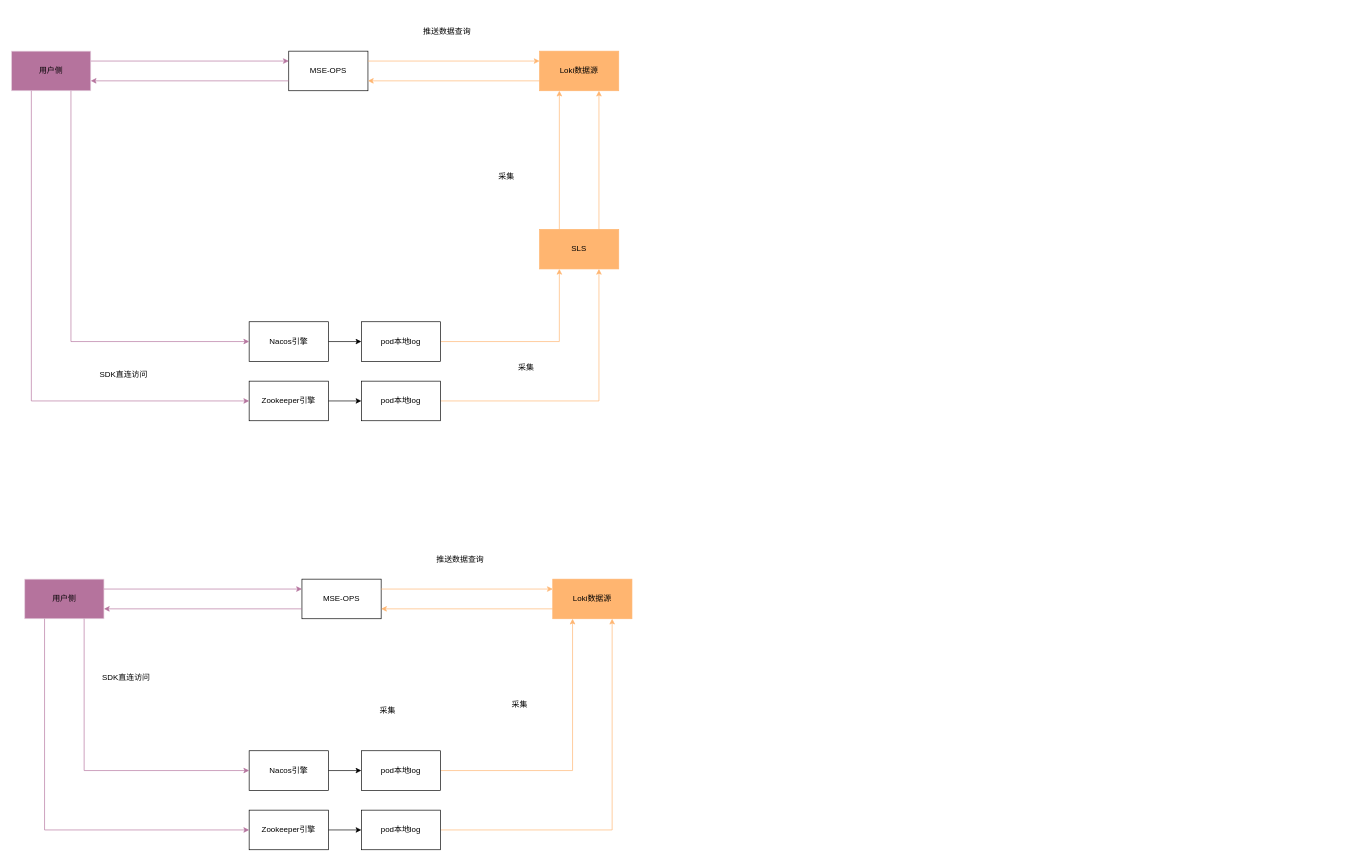
realJackSun/OpenNAT keeps this draw.io diagram as newToolTest/Untitled Diagram.drawio. Above is the earlier version. Source tidied: cells renumbered, new cells numbered last; positions are measured from the earlier drawing's top-left corner, leaving out a move shared by most shapes. Both pictures are drawn from the tidied source at 66%, with x=0, y=0 at pixel (11, 11).
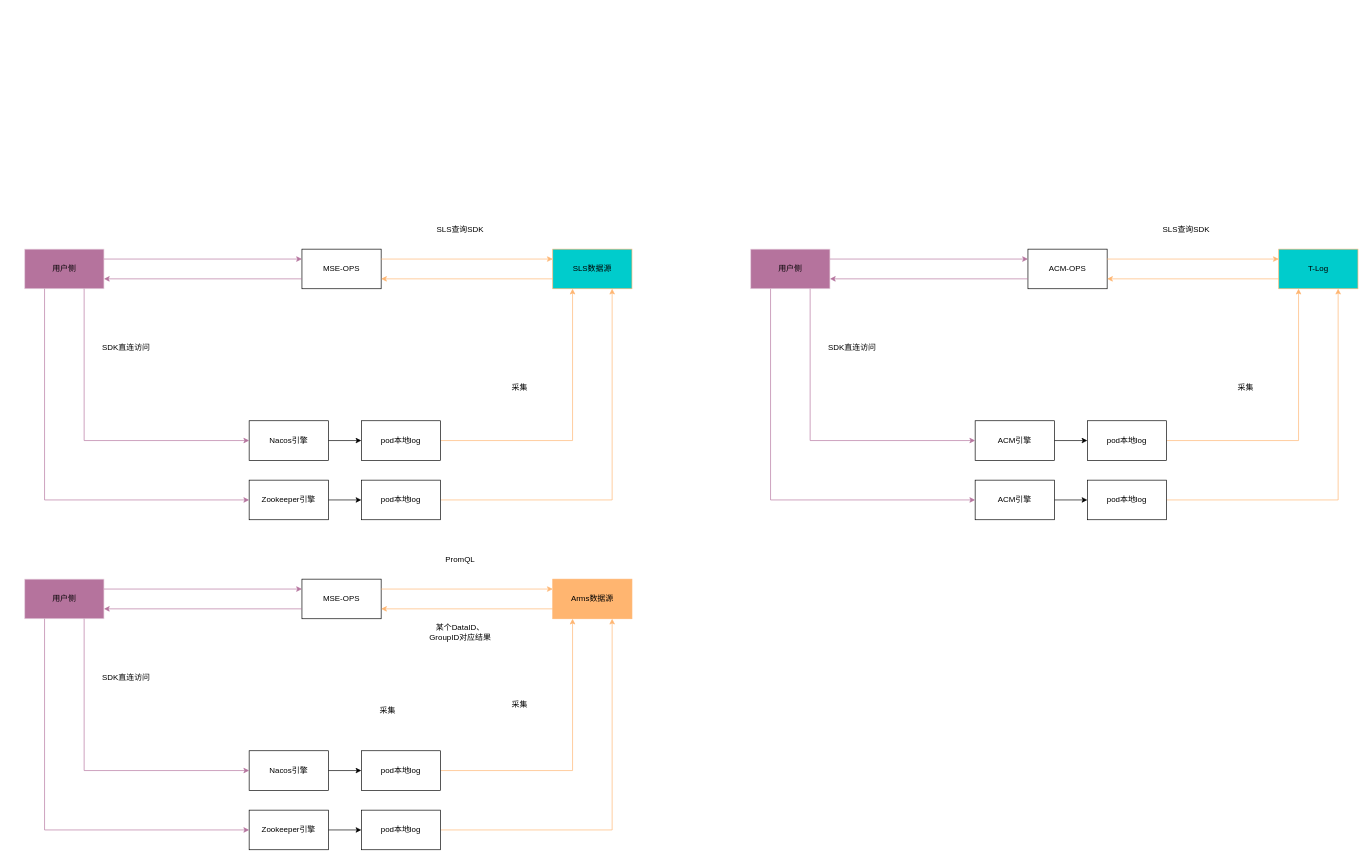
The same diagram, later.

What changed in the source:
```diff
@@
-    <mxCell id="2" value="用户侧" style="rounded=0;whiteSpace=wrap;html=1;fillColor=#B5739D;strokeColor=#E6D0DE;" parent="1" vertex="1">
-      <mxGeometry y="60" width="120" height="60" as="geometry" />
-    </mxCell>
-    <mxCell id="3" value="MSE-OPS" style="rounded=0;whiteSpace=wrap;html=1;" parent="1" vertex="1">
-      <mxGeometry x="420" y="60" width="120" height="60" as="geometry" />
-    </mxCell>
-    <mxCell id="4" value="Loki数据源" style="rounded=0;whiteSpace=wrap;html=1;strokeColor=#FFB570;fillColor=#FFB570;" parent="1" vertex="1">
-      <mxGeometry x="800" y="60" width="120" height="60" as="geometry" />
-    </mxCell>
-    <mxCell id="5" style="edgeStyle=orthogonalEdgeStyle;rounded=0;jettySize=auto;html=1;exitX=1;exitY=0.5;exitDx=0;exitDy=0;entryX=0;entryY=0.5;entryDx=0;entryDy=0;" parent="1" edge="1" source="6" target="19">
-      <mxGeometry relative="1" as="geometry" />
-    </mxCell>
-    <mxCell id="6" value="Nacos引擎" style="rounded=0;whiteSpace=wrap;html=1;" parent="1" vertex="1">
-      <mxGeometry x="360" y="470" width="120" height="60" as="geometry" />
-    </mxCell>
-    <mxCell id="7" style="endArrow=classic;html=1;rounded=0;entryX=1;entryY=0.75;entryDx=0;entryDy=0;exitX=0;exitY=0.75;exitDx=0;exitDy=0;fillColor=#FFB570;strokeColor=#FFB570;" parent="1" edge="1" source="4" target="3">
-      <mxGeometry relative="1" as="geometry" />
-    </mxCell>
-    <mxCell id="8" style="endArrow=classic;html=1;rounded=0;entryX=0;entryY=0.25;entryDx=0;entryDy=0;exitX=1;exitY=0.25;exitDx=0;exitDy=0;fillColor=#FFB570;strokeColor=#FFB570;" parent="1" edge="1" source="3" target="4">
-      <mxGeometry relative="1" as="geometry" />
-    </mxCell>
-    <mxCell id="9" value="SDK直连访问" style="rounded=0;whiteSpace=wrap;html=1;strokeColor=none;" parent="1" vertex="1">
-      <mxGeometry x="110" y="520" width="120" height="60" as="geometry" />
-    </mxCell>
-    <mxCell id="10" style="endArrow=classic;html=1;rounded=0;entryX=1;entryY=0.75;entryDx=0;entryDy=0;exitX=0;exitY=0.75;exitDx=0;exitDy=0;fillColor=#B5739D;strokeColor=#B5739D;" parent="1" edge="1" source="3" target="2">
-      <mxGeometry relative="1" as="geometry" />
-    </mxCell>
-    <mxCell id="11" style="endArrow=classic;html=1;rounded=0;entryX=0;entryY=0.25;entryDx=0;entryDy=0;exitX=1;exitY=0.25;exitDx=0;exitDy=0;fillColor=#B5739D;strokeColor=#B5739D;" parent="1" edge="1" source="2" target="3">
-      <mxGeometry relative="1" as="geometry" />
-    </mxCell>
-    <mxCell id="12" value="SLS" style="rounded=0;whiteSpace=wrap;html=1;strokeColor=#FFB570;fillColor=#FFB570;" parent="1" vertex="1">
-      <mxGeometry x="800" y="330" width="120" height="60" as="geometry" />
-    </mxCell>
-    <mxCell id="13" style="edgeStyle=orthogonalEdgeStyle;rounded=0;jettySize=auto;html=1;exitX=1;exitY=0.5;exitDx=0;exitDy=0;entryX=0;entryY=0.5;entryDx=0;entryDy=0;" parent="1" edge="1" source="14" target="20">
-      <mxGeometry relative="1" as="geometry" />
-    </mxCell>
-    <mxCell id="14" value="Zookeeper引擎" style="rounded=0;whiteSpace=wrap;html=1;" parent="1" vertex="1">
-      <mxGeometry x="360" y="560" width="120" height="60" as="geometry" />
-    </mxCell>
-    <mxCell id="15" style="endArrow=classic;html=1;rounded=0;entryX=0;entryY=0.5;entryDx=0;entryDy=0;exitX=0.75;exitY=1;exitDx=0;exitDy=0;fillColor=#B5739D;strokeColor=#B5739D;" parent="1" edge="1" source="2" target="6">
-      <mxGeometry relative="1" as="geometry">
-        <Array as="points">
-          <mxPoint x="90" y="500" />
-        </Array>
-      </mxGeometry>
-    </mxCell>
-    <mxCell id="16" style="endArrow=classic;html=1;rounded=0;fillColor=#FFB570;strokeColor=#FFB570;exitX=1;exitY=0.5;exitDx=0;exitDy=0;entryX=0.25;entryY=1;entryDx=0;entryDy=0;" parent="1" edge="1" source="19" target="12">
-      <mxGeometry relative="1" as="geometry">
-        <Array as="points">
-          <mxPoint x="830" y="500" />
-        </Array>
-      </mxGeometry>
-    </mxCell>
-    <mxCell id="17" style="endArrow=classic;html=1;rounded=0;fillColor=#FFB570;strokeColor=#FFB570;exitX=1;exitY=0.5;exitDx=0;exitDy=0;entryX=0.75;entryY=1;entryDx=0;entryDy=0;" parent="1" edge="1" source="20" target="12">
-      <mxGeometry relative="1" as="geometry">
-        <Array as="points">
-          <mxPoint x="890" y="590" />
-        </Array>
-      </mxGeometry>
-    </mxCell>
-    <mxCell id="18" style="endArrow=classic;html=1;rounded=0;entryX=0;entryY=0.5;entryDx=0;entryDy=0;exitX=0.25;exitY=1;exitDx=0;exitDy=0;fillColor=#B5739D;strokeColor=#B5739D;" parent="1" edge="1" source="2" target="14">
-      <mxGeometry relative="1" as="geometry">
-        <Array as="points">
-          <mxPoint x="30" y="590" />
-        </Array>
-      </mxGeometry>
-    </mxCell>
-    <mxCell id="19" value="pod本地log" style="rounded=0;whiteSpace=wrap;html=1;" parent="1" vertex="1">
-      <mxGeometry x="530" y="470" width="120" height="60" as="geometry" />
-    </mxCell>
-    <mxCell id="20" value="pod本地log" style="rounded=0;whiteSpace=wrap;html=1;" parent="1" vertex="1">
-      <mxGeometry x="530" y="560" width="120" height="60" as="geometry" />
-    </mxCell>
-    <mxCell id="21" value="采集" style="rounded=0;whiteSpace=wrap;html=1;strokeColor=none;" parent="1" vertex="1">
-      <mxGeometry x="720" y="510" width="120" height="60" as="geometry" />
-    </mxCell>
-    <mxCell id="22" value="推送数据查询" style="rounded=0;whiteSpace=wrap;html=1;strokeColor=none;" parent="1" vertex="1">
-      <mxGeometry x="600" width="120" height="60" as="geometry" />
-    </mxCell>
-    <mxCell id="23" style="endArrow=classic;html=1;rounded=0;fillColor=#FFB570;strokeColor=#FFB570;exitX=0.25;exitY=0;exitDx=0;exitDy=0;entryX=0.25;entryY=1;entryDx=0;entryDy=0;" parent="1" edge="1" source="12" target="4">
-      <mxGeometry relative="1" as="geometry">
-        <Array as="points">
-          <mxPoint x="830" y="260" />
-        </Array>
-      </mxGeometry>
-    </mxCell>
-    <mxCell id="24" style="endArrow=classic;html=1;rounded=0;fillColor=#FFB570;strokeColor=#FFB570;exitX=0.75;exitY=0;exitDx=0;exitDy=0;entryX=0.75;entryY=1;entryDx=0;entryDy=0;" parent="1" edge="1" source="12" target="4">
-      <mxGeometry relative="1" as="geometry" />
-    </mxCell>
-    <mxCell id="25" value="采集" style="rounded=0;whiteSpace=wrap;html=1;strokeColor=none;" parent="1" vertex="1">
-      <mxGeometry x="690" y="220" width="120" height="60" as="geometry" />
-    </mxCell>
@@
-    <mxCell id="28" value="Loki数据源" style="rounded=0;whiteSpace=wrap;html=1;strokeColor=#FFB570;fillColor=#FFB570;" parent="1" vertex="1">
+    <mxCell id="28" value="Arms数据源" style="rounded=0;whiteSpace=wrap;html=1;strokeColor=#FFB570;fillColor=#FFB570;" parent="1" vertex="1">
       <mxGeometry x="820" y="860" width="120" height="60" as="geometry" />
     </mxCell>
@@
-    <mxCell id="45" value="推送数据查询" style="rounded=0;whiteSpace=wrap;html=1;strokeColor=none;" parent="1" vertex="1">
+    <mxCell id="45" value="PromQL" style="rounded=0;whiteSpace=wrap;html=1;strokeColor=none;" parent="1" vertex="1">
       <mxGeometry x="620" y="800" width="120" height="60" as="geometry" />
     </mxCell>
@@
+    <mxCell id="47" value="用户侧" style="rounded=0;whiteSpace=wrap;html=1;fillColor=#B5739D;strokeColor=#E6D0DE;" parent="1" vertex="1">
+      <mxGeometry x="20" y="360" width="120" height="60" as="geometry" />
+    </mxCell>
+    <mxCell id="3" value="MSE-OPS" style="rounded=0;whiteSpace=wrap;html=1;" parent="1" vertex="1">
+      <mxGeometry x="440" y="360" width="120" height="60" as="geometry" />
+    </mxCell>
+    <mxCell id="48" value="SLS数据源" style="rounded=0;whiteSpace=wrap;html=1;strokeColor=#FFB570;fillColor=#00CCCC;" parent="1" vertex="1">
+      <mxGeometry x="820" y="360" width="120" height="60" as="geometry" />
+    </mxCell>
+    <mxCell id="49" style="edgeStyle=orthogonalEdgeStyle;rounded=0;jettySize=auto;html=1;exitX=1;exitY=0.5;exitDx=0;exitDy=0;entryX=0;entryY=0.5;entryDx=0;entryDy=0;" parent="1" edge="1" source="6" target="60">
+      <mxGeometry relative="1" as="geometry" />
+    </mxCell>
+    <mxCell id="6" value="Nacos引擎" style="rounded=0;whiteSpace=wrap;html=1;" parent="1" vertex="1">
+      <mxGeometry x="360" y="620" width="120" height="60" as="geometry" />
+    </mxCell>
+    <mxCell id="50" style="endArrow=classic;html=1;rounded=0;entryX=1;entryY=0.75;entryDx=0;entryDy=0;exitX=0;exitY=0.75;exitDx=0;exitDy=0;fillColor=#FFB570;strokeColor=#FFB570;" parent="1" edge="1" source="48" target="3">
+      <mxGeometry relative="1" as="geometry" />
+    </mxCell>
+    <mxCell id="51" style="endArrow=classic;html=1;rounded=0;entryX=0;entryY=0.25;entryDx=0;entryDy=0;exitX=1;exitY=0.25;exitDx=0;exitDy=0;fillColor=#FFB570;strokeColor=#FFB570;" parent="1" edge="1" source="3" target="48">
+      <mxGeometry relative="1" as="geometry" />
+    </mxCell>
+    <mxCell id="52" value="SDK直连访问" style="rounded=0;whiteSpace=wrap;html=1;strokeColor=none;" parent="1" vertex="1">
+      <mxGeometry x="114" y="480" width="120" height="60" as="geometry" />
+    </mxCell>
+    <mxCell id="53" style="endArrow=classic;html=1;rounded=0;entryX=1;entryY=0.75;entryDx=0;entryDy=0;exitX=0;exitY=0.75;exitDx=0;exitDy=0;fillColor=#B5739D;strokeColor=#B5739D;" parent="1" edge="1" source="3" target="47">
+      <mxGeometry relative="1" as="geometry" />
+    </mxCell>
+    <mxCell id="54" style="endArrow=classic;html=1;rounded=0;entryX=0;entryY=0.25;entryDx=0;entryDy=0;exitX=1;exitY=0.25;exitDx=0;exitDy=0;fillColor=#B5739D;strokeColor=#B5739D;" parent="1" edge="1" source="47" target="3">
+      <mxGeometry relative="1" as="geometry" />
+    </mxCell>
+    <mxCell id="55" style="edgeStyle=orthogonalEdgeStyle;rounded=0;jettySize=auto;html=1;exitX=1;exitY=0.5;exitDx=0;exitDy=0;entryX=0;entryY=0.5;entryDx=0;entryDy=0;" parent="1" edge="1" source="14" target="61">
+      <mxGeometry relative="1" as="geometry" />
+    </mxCell>
+    <mxCell id="14" value="Zookeeper引擎" style="rounded=0;whiteSpace=wrap;html=1;" parent="1" vertex="1">
+      <mxGeometry x="360" y="710" width="120" height="60" as="geometry" />
+    </mxCell>
+    <mxCell id="56" style="endArrow=classic;html=1;rounded=0;entryX=0;entryY=0.5;entryDx=0;entryDy=0;exitX=0.75;exitY=1;exitDx=0;exitDy=0;fillColor=#B5739D;strokeColor=#B5739D;" parent="1" edge="1" source="47" target="6">
+      <mxGeometry relative="1" as="geometry">
+        <Array as="points">
+          <mxPoint x="110" y="650" />
+        </Array>
+      </mxGeometry>
+    </mxCell>
+    <mxCell id="57" style="endArrow=classic;html=1;rounded=0;fillColor=#FFB570;strokeColor=#FFB570;exitX=1;exitY=0.5;exitDx=0;exitDy=0;entryX=0.25;entryY=1;entryDx=0;entryDy=0;" parent="1" edge="1" source="60" target="48">
+      <mxGeometry relative="1" as="geometry">
+        <Array as="points">
+          <mxPoint x="850" y="650" />
+        </Array>
+      </mxGeometry>
+    </mxCell>
+    <mxCell id="58" style="endArrow=classic;html=1;rounded=0;fillColor=#FFB570;strokeColor=#FFB570;exitX=1;exitY=0.5;exitDx=0;exitDy=0;entryX=0.75;entryY=1;entryDx=0;entryDy=0;" parent="1" edge="1" source="61" target="48">
+      <mxGeometry relative="1" as="geometry">
+        <Array as="points">
+          <mxPoint x="910" y="740" />
+        </Array>
+      </mxGeometry>
+    </mxCell>
+    <mxCell id="59" style="endArrow=classic;html=1;rounded=0;entryX=0;entryY=0.5;entryDx=0;entryDy=0;exitX=0.25;exitY=1;exitDx=0;exitDy=0;fillColor=#B5739D;strokeColor=#B5739D;" parent="1" edge="1" source="47" target="14">
+      <mxGeometry relative="1" as="geometry">
+        <Array as="points">
+          <mxPoint x="50" y="740" />
+        </Array>
+      </mxGeometry>
+    </mxCell>
+    <mxCell id="60" value="pod本地log" style="rounded=0;whiteSpace=wrap;html=1;" parent="1" vertex="1">
+      <mxGeometry x="530" y="620" width="120" height="60" as="geometry" />
+    </mxCell>
+    <mxCell id="61" value="pod本地log" style="rounded=0;whiteSpace=wrap;html=1;" parent="1" vertex="1">
+      <mxGeometry x="530" y="710" width="120" height="60" as="geometry" />
+    </mxCell>
+    <mxCell id="62" value="SLS查询SDK" style="rounded=0;whiteSpace=wrap;html=1;strokeColor=none;" parent="1" vertex="1">
+      <mxGeometry x="620" y="300" width="120" height="60" as="geometry" />
+    </mxCell>
+    <mxCell id="63" value="采集" style="rounded=0;whiteSpace=wrap;html=1;strokeColor=none;" parent="1" vertex="1">
+      <mxGeometry x="710" y="540" width="120" height="60" as="geometry" />
+    </mxCell>
+    <mxCell id="64" value="某个DataID、GroupID对应结果" style="rounded=0;whiteSpace=wrap;html=1;strokeColor=none;" parent="1" vertex="1">
+      <mxGeometry x="620" y="910" width="120" height="60" as="geometry" />
+    </mxCell>
+    <mxCell id="65" value="用户侧" style="rounded=0;whiteSpace=wrap;html=1;fillColor=#B5739D;strokeColor=#E6D0DE;" parent="1" vertex="1">
+      <mxGeometry x="1120" y="360" width="120" height="60" as="geometry" />
+    </mxCell>
+    <mxCell id="66" value="ACM-OPS" style="rounded=0;whiteSpace=wrap;html=1;" parent="1" vertex="1">
+      <mxGeometry x="1540" y="360" width="120" height="60" as="geometry" />
+    </mxCell>
+    <mxCell id="67" value="T-Log" style="rounded=0;whiteSpace=wrap;html=1;strokeColor=#FFB570;fillColor=#00CCCC;" parent="1" vertex="1">
+      <mxGeometry x="1920" y="360" width="120" height="60" as="geometry" />
+    </mxCell>
+    <mxCell id="68" style="edgeStyle=orthogonalEdgeStyle;rounded=0;jettySize=auto;html=1;exitX=1;exitY=0.5;exitDx=0;exitDy=0;entryX=0;entryY=0.5;entryDx=0;entryDy=0;" parent="1" edge="1" source="69" target="81">
+      <mxGeometry relative="1" as="geometry" />
+    </mxCell>
+    <mxCell id="69" value="ACM引擎" style="rounded=0;whiteSpace=wrap;html=1;" parent="1" vertex="1">
+      <mxGeometry x="1460" y="620" width="120" height="60" as="geometry" />
+    </mxCell>
+    <mxCell id="70" style="endArrow=classic;html=1;rounded=0;entryX=1;entryY=0.75;entryDx=0;entryDy=0;exitX=0;exitY=0.75;exitDx=0;exitDy=0;fillColor=#FFB570;strokeColor=#FFB570;" parent="1" edge="1" source="67" target="66">
+      <mxGeometry relative="1" as="geometry" />
+    </mxCell>
+    <mxCell id="71" style="endArrow=classic;html=1;rounded=0;entryX=0;entryY=0.25;entryDx=0;entryDy=0;exitX=1;exitY=0.25;exitDx=0;exitDy=0;fillColor=#FFB570;strokeColor=#FFB570;" parent="1" edge="1" source="66" target="67">
+      <mxGeometry relative="1" as="geometry" />
+    </mxCell>
+    <mxCell id="72" value="SDK直连访问" style="rounded=0;whiteSpace=wrap;html=1;strokeColor=none;" parent="1" vertex="1">
+      <mxGeometry x="1214" y="480" width="120" height="60" as="geometry" />
+    </mxCell>
+    <mxCell id="73" style="endArrow=classic;html=1;rounded=0;entryX=1;entryY=0.75;entryDx=0;entryDy=0;exitX=0;exitY=0.75;exitDx=0;exitDy=0;fillColor=#B5739D;strokeColor=#B5739D;" parent="1" edge="1" source="66" target="65">
+      <mxGeometry relative="1" as="geometry" />
+    </mxCell>
+    <mxCell id="74" style="endArrow=classic;html=1;rounded=0;entryX=0;entryY=0.25;entryDx=0;entryDy=0;exitX=1;exitY=0.25;exitDx=0;exitDy=0;fillColor=#B5739D;strokeColor=#B5739D;" parent="1" edge="1" source="65" target="66">
+      <mxGeometry relative="1" as="geometry" />
+    </mxCell>
+    <mxCell id="75" style="edgeStyle=orthogonalEdgeStyle;rounded=0;jettySize=auto;html=1;exitX=1;exitY=0.5;exitDx=0;exitDy=0;entryX=0;entryY=0.5;entryDx=0;entryDy=0;" parent="1" edge="1" source="76" target="82">
+      <mxGeometry relative="1" as="geometry" />
+    </mxCell>
+    <mxCell id="76" value="ACM引擎" style="rounded=0;whiteSpace=wrap;html=1;" parent="1" vertex="1">
+      <mxGeometry x="1460" y="710" width="120" height="60" as="geometry" />
+    </mxCell>
+    <mxCell id="77" style="endArrow=classic;html=1;rounded=0;entryX=0;entryY=0.5;entryDx=0;entryDy=0;exitX=0.75;exitY=1;exitDx=0;exitDy=0;fillColor=#B5739D;strokeColor=#B5739D;" parent="1" edge="1" source="65" target="69">
+      <mxGeometry relative="1" as="geometry">
+        <Array as="points">
+          <mxPoint x="1210" y="650" />
+        </Array>
+      </mxGeometry>
+    </mxCell>
+    <mxCell id="78" style="endArrow=classic;html=1;rounded=0;fillColor=#FFB570;strokeColor=#FFB570;exitX=1;exitY=0.5;exitDx=0;exitDy=0;entryX=0.25;entryY=1;entryDx=0;entryDy=0;" parent="1" edge="1" source="81" target="67">
+      <mxGeometry relative="1" as="geometry">
+        <Array as="points">
+          <mxPoint x="1950" y="650" />
+        </Array>
+      </mxGeometry>
+    </mxCell>
+    <mxCell id="79" style="endArrow=classic;html=1;rounded=0;fillColor=#FFB570;strokeColor=#FFB570;exitX=1;exitY=0.5;exitDx=0;exitDy=0;entryX=0.75;entryY=1;entryDx=0;entryDy=0;" parent="1" edge="1" source="82" target="67">
+      <mxGeometry relative="1" as="geometry">
+        <Array as="points">
+          <mxPoint x="2010" y="740" />
+        </Array>
+      </mxGeometry>
+    </mxCell>
+    <mxCell id="80" style="endArrow=classic;html=1;rounded=0;entryX=0;entryY=0.5;entryDx=0;entryDy=0;exitX=0.25;exitY=1;exitDx=0;exitDy=0;fillColor=#B5739D;strokeColor=#B5739D;" parent="1" edge="1" source="65" target="76">
+      <mxGeometry relative="1" as="geometry">
+        <Array as="points">
+          <mxPoint x="1150" y="740" />
+        </Array>
+      </mxGeometry>
+    </mxCell>
+    <mxCell id="81" value="pod本地log" style="rounded=0;whiteSpace=wrap;html=1;" parent="1" vertex="1">
+      <mxGeometry x="1630" y="620" width="120" height="60" as="geometry" />
+    </mxCell>
+    <mxCell id="82" value="pod本地log" style="rounded=0;whiteSpace=wrap;html=1;" parent="1" vertex="1">
+      <mxGeometry x="1630" y="710" width="120" height="60" as="geometry" />
+    </mxCell>
+    <mxCell id="83" value="SLS查询SDK" style="rounded=0;whiteSpace=wrap;html=1;strokeColor=none;" parent="1" vertex="1">
+      <mxGeometry x="1720" y="300" width="120" height="60" as="geometry" />
+    </mxCell>
+    <mxCell id="84" value="采集" style="rounded=0;whiteSpace=wrap;html=1;strokeColor=none;" parent="1" vertex="1">
+      <mxGeometry x="1810" y="540" width="120" height="60" as="geometry" />
+    </mxCell>
```
